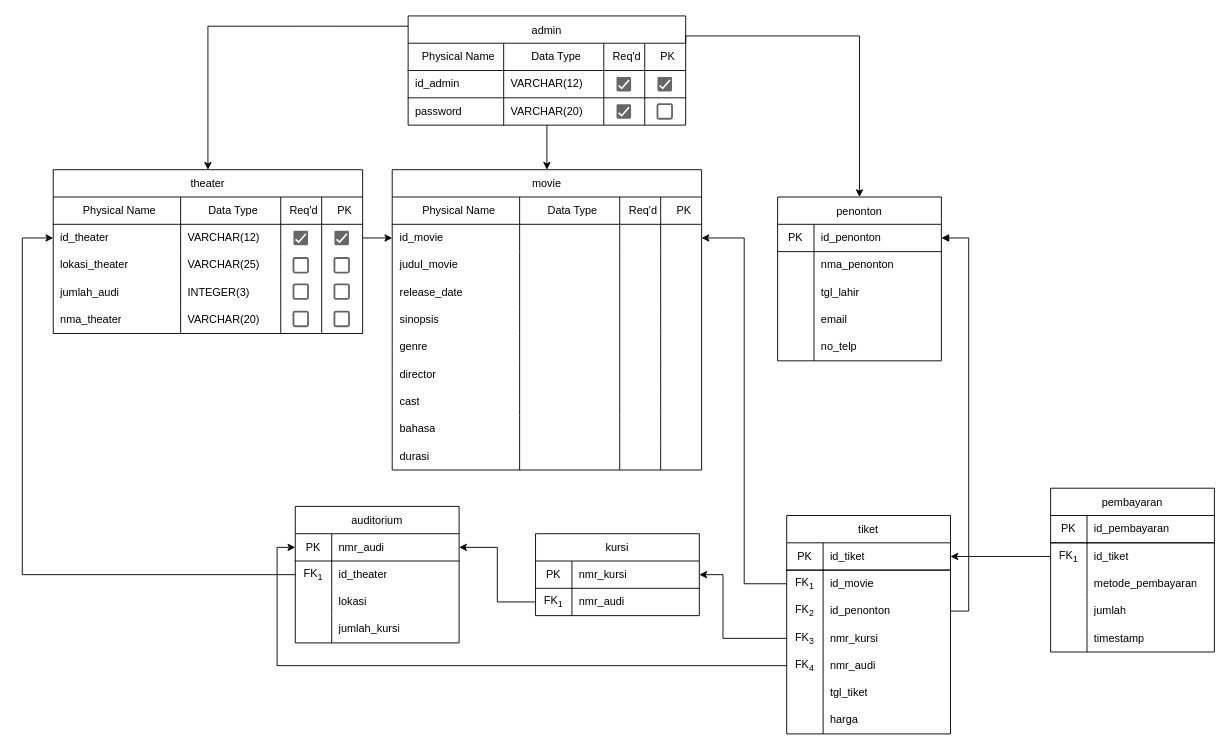
The draw.io diagram movie_pdm.drawio in vinnnna/sistem-basis-data, before the edit. Source tidied: cells renumbered, new cells numbered last; positions are measured from the earlier drawing's top-left corner, leaving out a move shared by most shapes. Both pictures are drawn from the tidied source at 91%, with x=0, y=0 at pixel (22, 15).
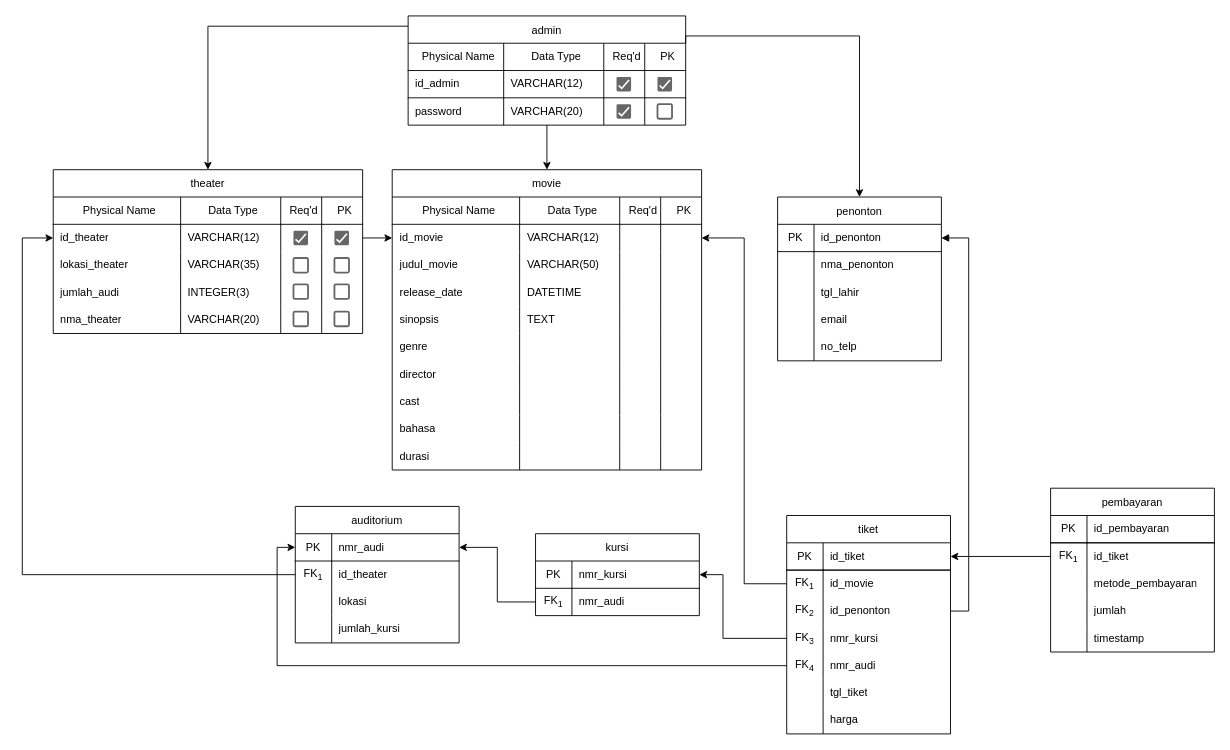
The same page after the edit.

The change refers to these unchanged cells:
```xml
<mxCell id="13" style="shape=tableRow;horizontal=0;startSize=0;swimlaneHead=0;swimlaneBody=0;top=0;left=0;bottom=0;right=0;fillColor=none;strokeColor=inherit;fontSize=12;" parent="2" vertex="1">
  <mxGeometry y="90" width="340" height="30" as="geometry" />
</mxCell>
<mxCell id="34" style="shape=tableRow;horizontal=0;startSize=0;swimlaneHead=0;swimlaneBody=0;top=0;left=0;bottom=0;right=0;fillColor=none;points=[[0,0.5],[1,0.5]];portConstraint=eastwest;strokeColor=inherit;fontSize=12;" parent="28" vertex="1">
  <mxGeometry y="60" width="340" height="30" as="geometry" />
</mxCell>
<mxCell id="39" style="shape=tableRow;horizontal=0;startSize=0;swimlaneHead=0;swimlaneBody=0;top=0;left=0;bottom=0;right=0;fillColor=none;strokeColor=inherit;fontSize=12;" parent="28" vertex="1">
  <mxGeometry y="90" width="340" height="30" as="geometry" />
</mxCell>
<mxCell id="44" style="shape=tableRow;horizontal=0;startSize=0;swimlaneHead=0;swimlaneBody=0;top=0;left=0;bottom=0;right=0;fillColor=none;strokeColor=inherit;fontSize=12;" parent="28" vertex="1">
  <mxGeometry y="120" width="340" height="30" as="geometry" />
</mxCell>
<mxCell id="49" style="shape=tableRow;horizontal=0;startSize=0;swimlaneHead=0;swimlaneBody=0;top=0;left=0;bottom=0;right=0;fillColor=none;strokeColor=inherit;fontSize=12;" parent="28" vertex="1">
  <mxGeometry y="150" width="340" height="30" as="geometry" />
</mxCell>
```

Diff of the diagram source:
```diff
@@
-    <mxCell id="15" value="VARCHAR(25)" style="shape=partialRectangle;html=1;whiteSpace=wrap;fillColor=none;top=0;left=0;bottom=0;right=0;align=left;spacingLeft=6;overflow=hidden;strokeColor=inherit;fontSize=12;" parent="13" vertex="1">
+    <mxCell id="15" value="VARCHAR(35)" style="shape=partialRectangle;html=1;whiteSpace=wrap;fillColor=none;top=0;left=0;bottom=0;right=0;align=left;spacingLeft=6;overflow=hidden;strokeColor=inherit;fontSize=12;" parent="13" vertex="1">
       <mxGeometry x="140" width="110" height="30" as="geometry" />
     </mxCell>
@@
-    <mxCell id="36" style="shape=partialRectangle;html=1;whiteSpace=wrap;fillColor=none;top=0;left=0;bottom=0;right=0;align=left;spacingLeft=6;overflow=hidden;strokeColor=inherit;fontSize=12;strokeWidth=1;" parent="34" vertex="1">
+    <mxCell id="36" value="VARCHAR(12)" style="shape=partialRectangle;html=1;whiteSpace=wrap;fillColor=none;top=0;left=0;bottom=0;right=0;align=left;spacingLeft=6;overflow=hidden;strokeColor=inherit;fontSize=12;strokeWidth=1;" parent="34" vertex="1">
       <mxGeometry x="140" width="110" height="30" as="geometry" />
     </mxCell>
@@
-    <mxCell id="41" style="shape=partialRectangle;html=1;whiteSpace=wrap;fillColor=none;top=0;left=0;bottom=0;right=0;align=left;spacingLeft=6;overflow=hidden;strokeColor=inherit;fontSize=12;" parent="39" vertex="1">
+    <mxCell id="41" value="VARCHAR(50)" style="shape=partialRectangle;html=1;whiteSpace=wrap;fillColor=none;top=0;left=0;bottom=0;right=0;align=left;spacingLeft=6;overflow=hidden;strokeColor=inherit;fontSize=12;" parent="39" vertex="1">
       <mxGeometry x="140" width="110" height="30" as="geometry" />
     </mxCell>
@@
-    <mxCell id="46" style="shape=partialRectangle;html=1;whiteSpace=wrap;fillColor=none;top=0;left=0;bottom=0;right=0;align=left;spacingLeft=6;overflow=hidden;strokeColor=inherit;fontSize=12;" parent="44" vertex="1">
+    <mxCell id="46" value="DATETIME" style="shape=partialRectangle;html=1;whiteSpace=wrap;fillColor=none;top=0;left=0;bottom=0;right=0;align=left;spacingLeft=6;overflow=hidden;strokeColor=inherit;fontSize=12;" parent="44" vertex="1">
       <mxGeometry x="140" width="110" height="30" as="geometry" />
     </mxCell>
@@
-    <mxCell id="51" style="shape=partialRectangle;html=1;whiteSpace=wrap;fillColor=none;top=0;left=0;bottom=0;right=0;align=left;spacingLeft=6;overflow=hidden;strokeColor=inherit;fontSize=12;" parent="49" vertex="1">
+    <mxCell id="51" value="TEXT" style="shape=partialRectangle;html=1;whiteSpace=wrap;fillColor=none;top=0;left=0;bottom=0;right=0;align=left;spacingLeft=6;overflow=hidden;strokeColor=inherit;fontSize=12;" parent="49" vertex="1">
       <mxGeometry x="140" width="110" height="30" as="geometry" />
     </mxCell>
```
